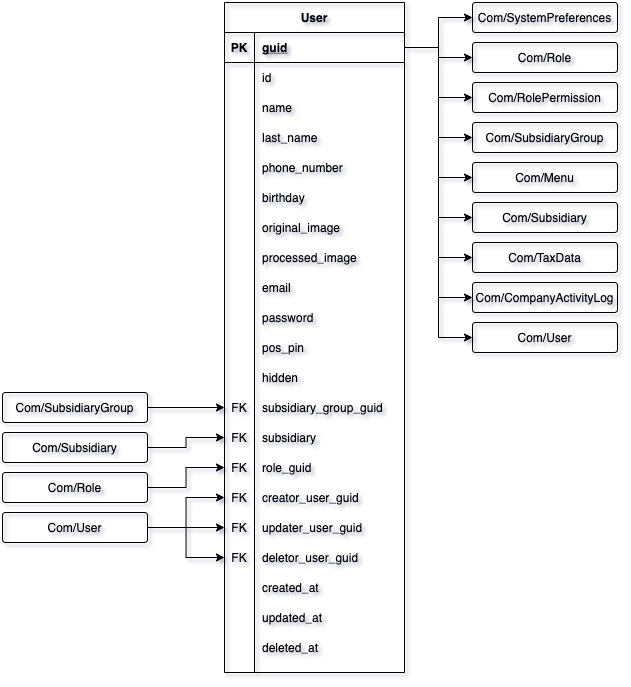
Above: basedata/entities/images/ComUserTable.png in 4uRest/documentation (draw.io), before the change. Source tidied: cells renumbered, new cells last; positions are measured from the earlier drawing's top-left corner, leaving out a move shared by most shapes.
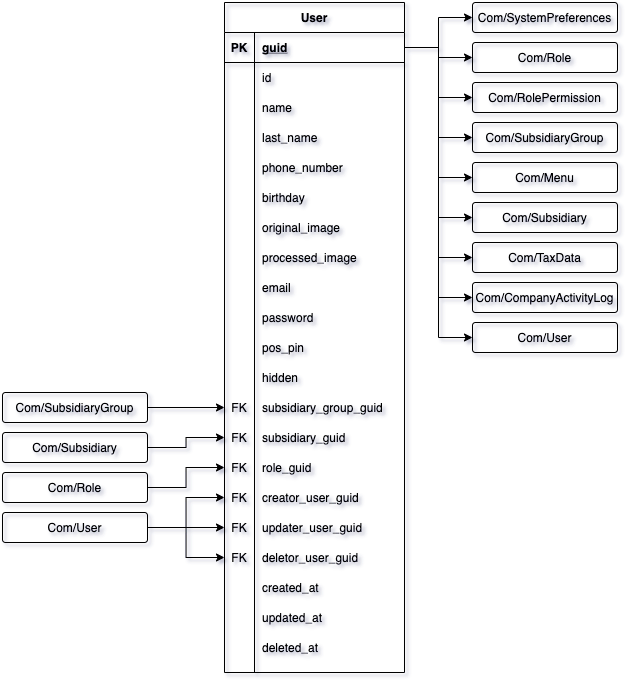
Above is the later version.

What changed in the source:
```diff
@@ -128,7 +128,7 @@
     <mxCell id="43" value="FK" style="shape=partialRectangle;fillColor=none;top=0;left=0;bottom=0;right=0;overflow=hidden;" parent="42" vertex="1">
       <mxGeometry width="30" height="30" as="geometry" />
     </mxCell>
-    <mxCell id="44" value="subsidiary" style="shape=partialRectangle;fillColor=none;top=0;left=0;bottom=0;right=0;align=left;spacingLeft=6;overflow=hidden;" parent="42" vertex="1">
+    <mxCell id="44" value="subsidiary_guid" style="shape=partialRectangle;fillColor=none;top=0;left=0;bottom=0;right=0;align=left;spacingLeft=6;overflow=hidden;" parent="42" vertex="1">
       <mxGeometry x="30" width="150" height="30" as="geometry" />
     </mxCell>
     <mxCell id="45" style="shape=partialRectangle;top=0;left=0;bottom=0;right=0;points=[[0,0.5],[1,0.5]];portConstraint=eastwest;fillColor=none;" parent="2" vertex="1">
```
